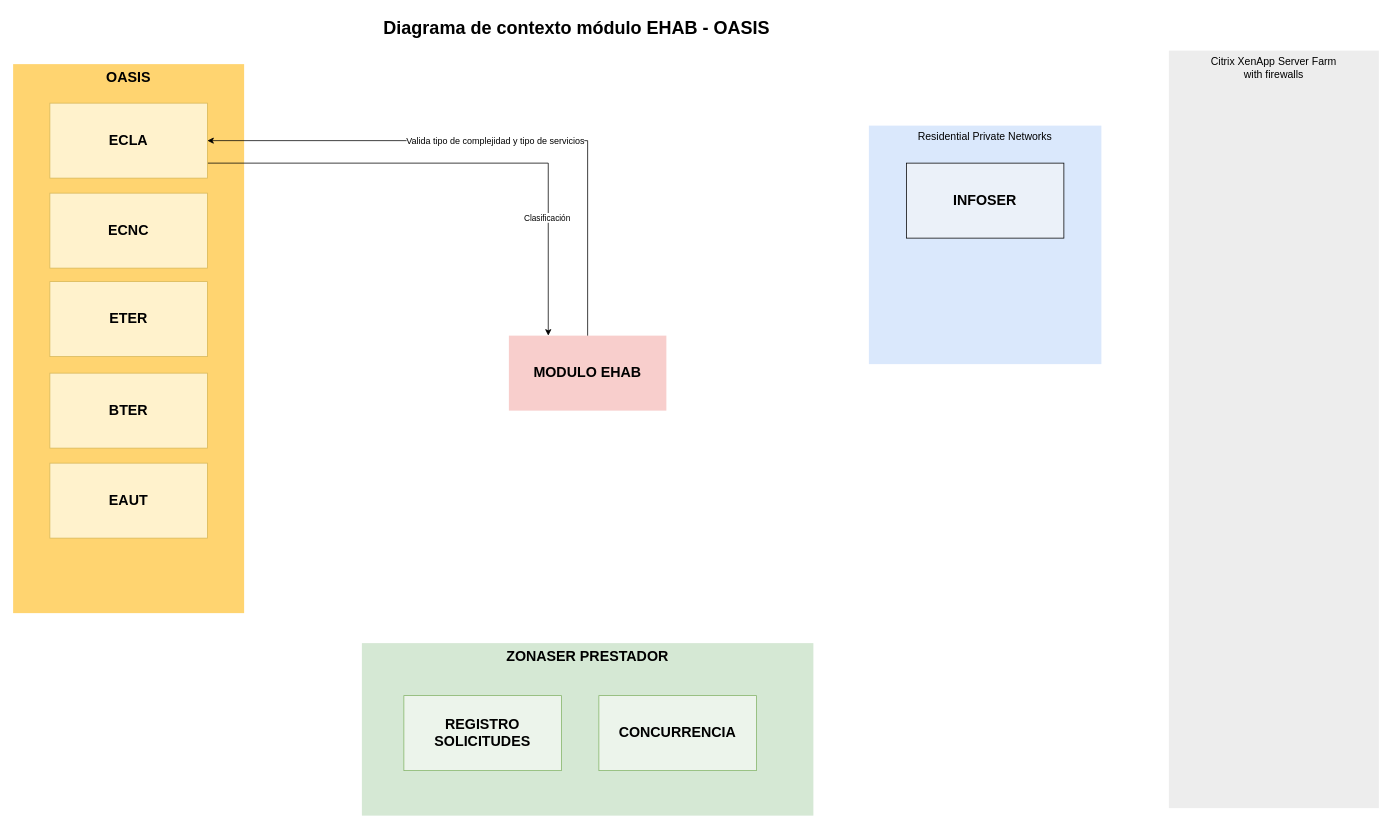
kevinjporto/Diagramas-de-procesos keeps this draw.io diagram as Contexto modulo EHAB.drawio. Above is the earlier version. Source tidied: cells renumbered, new cells numbered last; positions are measured from the earlier drawing's top-left corner, leaving out a move shared by most shapes. Both pictures are drawn from the tidied source at 75%, with x=0, y=0 at pixel (13, 13).
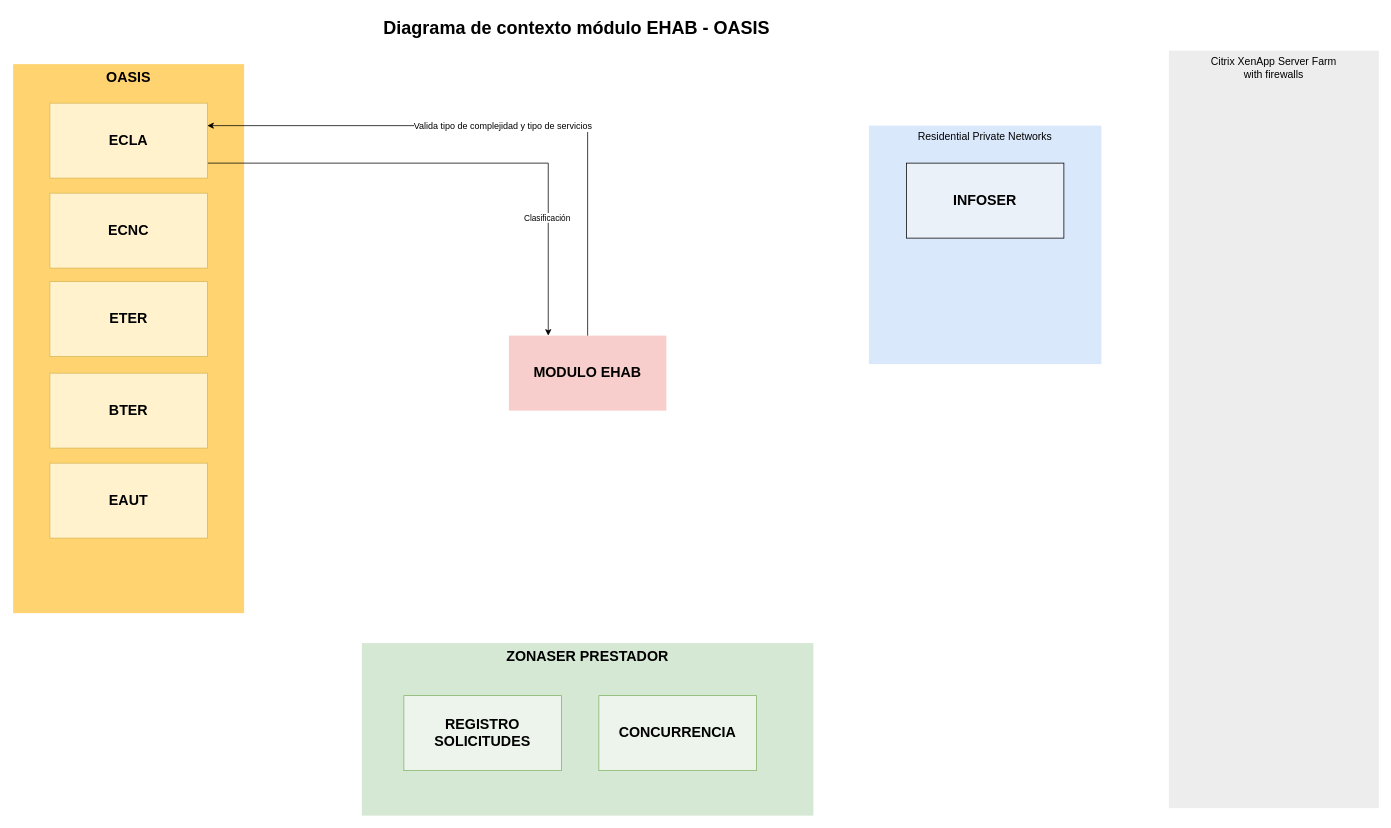
After the change.

The change refers to these unchanged cells:
```xml
<mxCell id="2" value="MODULO EHAB" style="whiteSpace=wrap;html=1;fillColor=#f8cecc;fontSize=19;strokeColor=none;verticalAlign=middle;fontStyle=1;" parent="1" vertex="1">
  <mxGeometry x="661" y="430" width="210" height="100" as="geometry" />
</mxCell>
<mxCell id="10" value="ECLA" style="whiteSpace=wrap;html=1;fillColor=#fff2cc;fontSize=19;strokeColor=#d6b656;verticalAlign=middle;fontStyle=1;" parent="1" vertex="1">
  <mxGeometry x="49" y="120" width="210" height="100" as="geometry" />
</mxCell>
```

Diff of the diagram source:
```diff
@@
-    <mxCell id="11" style="edgeStyle=orthogonalEdgeStyle;rounded=0;jettySize=auto;html=1;entryX=1;entryY=0.5;entryDx=0;entryDy=0;exitX=0.5;exitY=0;exitDx=0;exitDy=0;" parent="1" edge="1" source="2" target="10">
-      <mxGeometry relative="1" as="geometry" />
+    <mxCell id="11" style="edgeStyle=orthogonalEdgeStyle;rounded=0;jettySize=auto;html=1;exitX=0.5;exitY=0;exitDx=0;exitDy=0;" parent="1" edge="1" source="2">
+      <mxGeometry relative="1" as="geometry">
+        <mxPoint x="259" y="150" as="targetPoint" />
+        <Array as="points">
+          <mxPoint x="766" y="150" />
+          <mxPoint x="259" y="150" />
+        </Array>
+      </mxGeometry>
     </mxCell>
```
